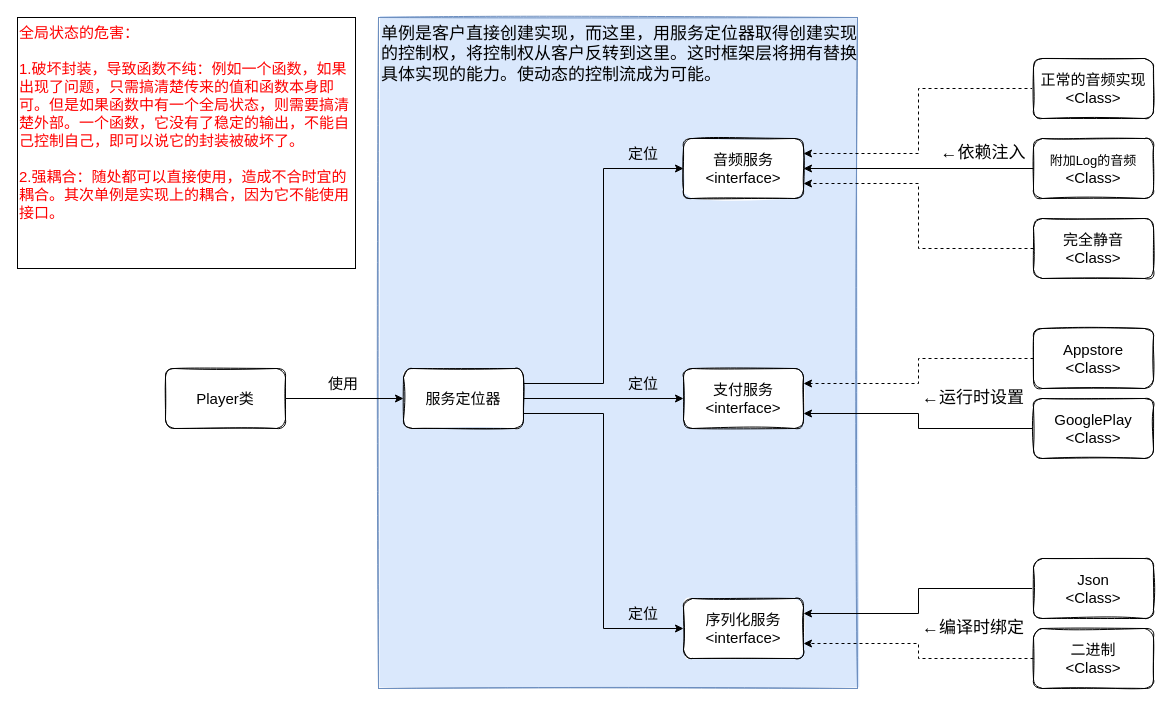
Before: page "服务定位器" (2 of 10) of StartFramework.drawio in sass00n1/StartFramework, a draw.io diagram. Source tidied: cells renumbered, new cells numbered last; positions are measured from the earlier drawing's top-left corner, leaving out a move shared by most shapes. Both pictures are drawn from the tidied source at 100%, with x=0, y=0 at pixel (17, 17).
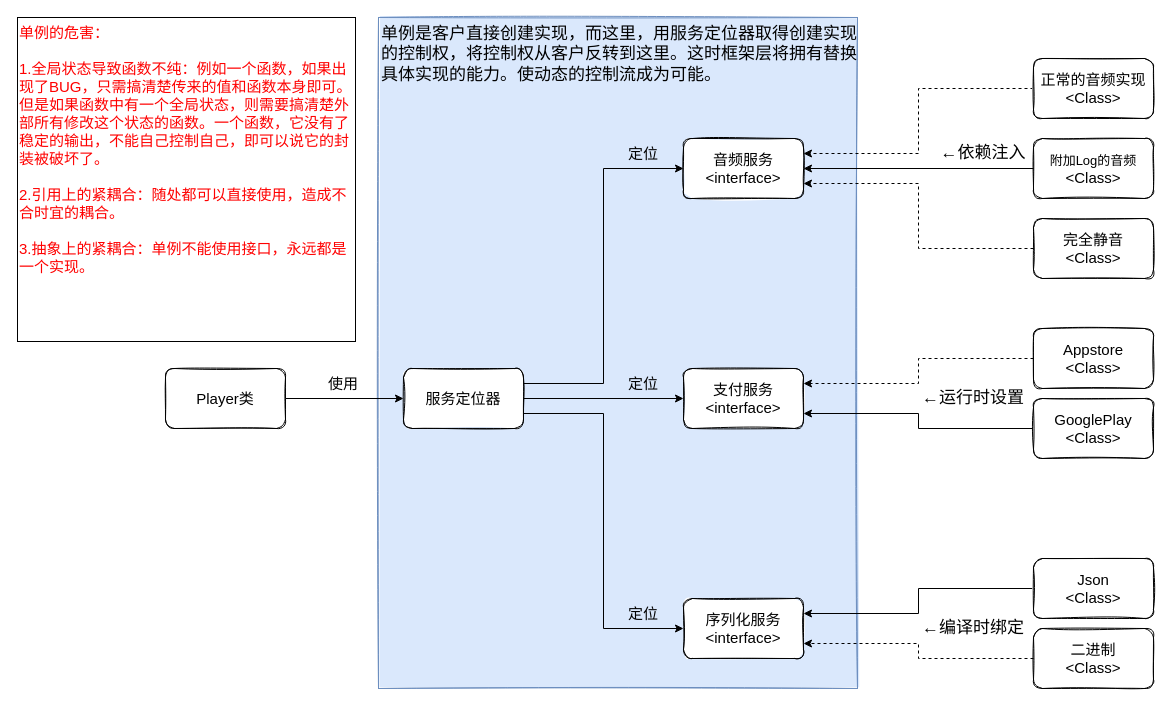
After the change.

What changed in the source:
```diff
@@
-    <mxCell id="35" value="&lt;div style=&quot;font-size: 15px&quot;&gt;&lt;font style=&quot;font-size: 15px&quot; color=&quot;#FF0000&quot;&gt;全局状态的危害：&lt;br&gt;&lt;/font&gt;&lt;/div&gt;&lt;div style=&quot;font-size: 15px&quot;&gt;&lt;font style=&quot;font-size: 15px&quot; color=&quot;#FF0000&quot;&gt;&lt;br&gt;&lt;/font&gt;&lt;/div&gt;&lt;div style=&quot;font-size: 15px&quot;&gt;&lt;font style=&quot;font-size: 15px&quot; color=&quot;#FF0000&quot;&gt;1.破坏封装，导致函数不纯：例如一个函数，如果出现了问题，只需搞清楚传来的值和函数本身即可。但是如果函数中有一个全局状态，则需要搞清楚外部。一个函数，它没有了稳定的输出，不能自己控制自己，即可以说它的封装被破坏了。&lt;/font&gt;&lt;/div&gt;&lt;div style=&quot;font-size: 15px&quot;&gt;&lt;font style=&quot;font-size: 15px&quot; color=&quot;#FF0000&quot;&gt;&lt;br&gt;&lt;/font&gt;&lt;/div&gt;&lt;div style=&quot;font-size: 15px&quot;&gt;&lt;font style=&quot;font-size: 15px&quot; color=&quot;#FF0000&quot;&gt;2.强耦合：随处都可以直接使用，造成不合时宜的耦合。其次单例是实现上的耦合，因为它不能使用接口。&lt;br&gt;&lt;/font&gt;&lt;/div&gt;" style="rounded=0;whiteSpace=wrap;html=1;align=left;verticalAlign=top;" parent="1" vertex="1">
-      <mxGeometry width="338" height="251" as="geometry" />
+    <mxCell id="35" value="&lt;div style=&quot;font-size: 15px&quot;&gt;&lt;font style=&quot;font-size: 15px&quot; color=&quot;#FF0000&quot;&gt;单例的危害：&lt;br&gt;&lt;/font&gt;&lt;/div&gt;&lt;div style=&quot;font-size: 15px&quot;&gt;&lt;font style=&quot;font-size: 15px&quot; color=&quot;#FF0000&quot;&gt;&lt;br&gt;&lt;/font&gt;&lt;/div&gt;&lt;div style=&quot;font-size: 15px&quot;&gt;&lt;font style=&quot;font-size: 15px&quot; color=&quot;#FF0000&quot;&gt;1.全局状态导致函数不纯：例如一个函数，如果出现了BUG，只需搞清楚传来的值和函数本身即可。但是如果函数中有一个全局状态，则需要搞清楚外部所有修改这个状态的函数。一个函数，它没有了稳定的输出，不能自己控制自己，即可以说它的封装被破坏了。&lt;/font&gt;&lt;/div&gt;&lt;div style=&quot;font-size: 15px&quot;&gt;&lt;font style=&quot;font-size: 15px&quot; color=&quot;#FF0000&quot;&gt;&lt;br&gt;&lt;/font&gt;&lt;/div&gt;&lt;div style=&quot;font-size: 15px&quot;&gt;&lt;font style=&quot;font-size: 15px&quot; color=&quot;#FF0000&quot;&gt;2.引用上的紧耦合：随处都可以直接使用，造成不合时宜的耦合。&lt;/font&gt;&lt;/div&gt;&lt;div style=&quot;font-size: 15px&quot;&gt;&lt;font style=&quot;font-size: 15px&quot; color=&quot;#FF0000&quot;&gt;&lt;br&gt;&lt;/font&gt;&lt;/div&gt;&lt;div style=&quot;font-size: 15px&quot;&gt;&lt;font style=&quot;font-size: 15px&quot; color=&quot;#FF0000&quot;&gt;3.抽象上的紧耦合：单例不能使用接口，永远都是一个实现。&lt;br&gt;&lt;/font&gt;&lt;/div&gt;" style="rounded=0;whiteSpace=wrap;html=1;align=left;verticalAlign=top;" parent="1" vertex="1">
+      <mxGeometry width="338" height="324" as="geometry" />
     </mxCell>
```
